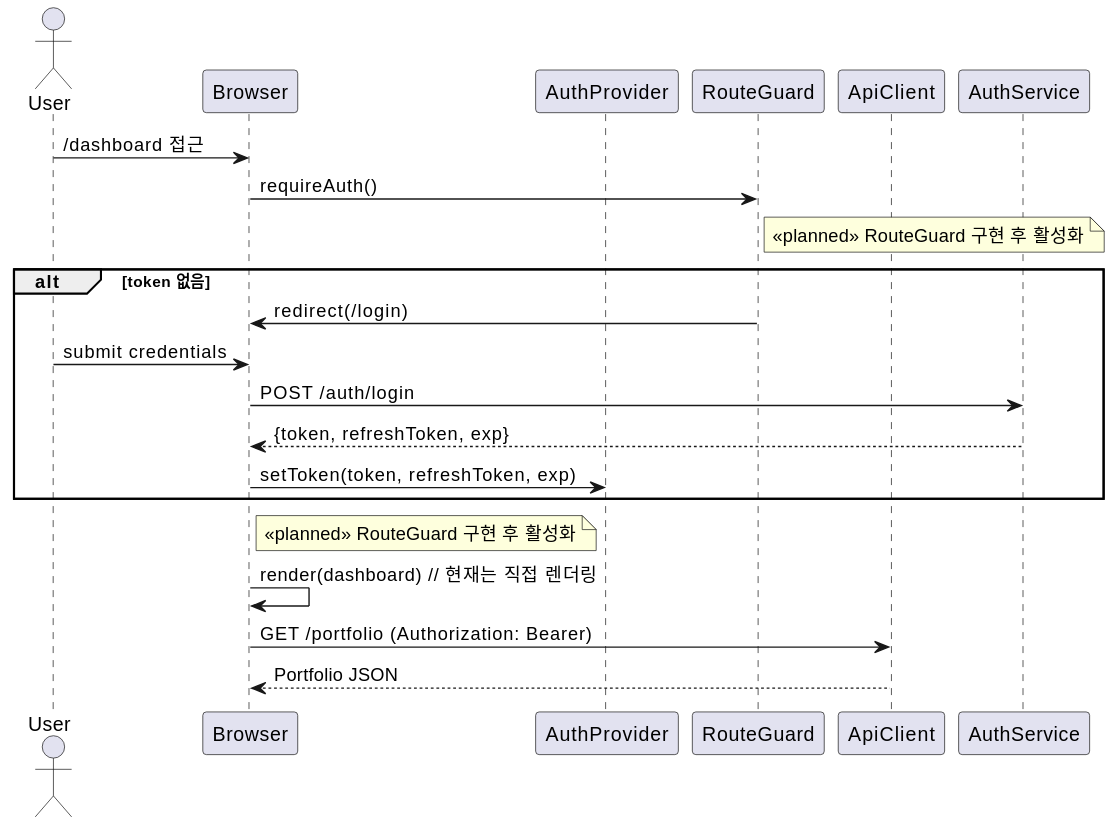
SKNETWORKS-FAMILY-AICAMP/SKN12-FINAL-2TEAM keeps this PlantUML diagram as docs/uml/login-sequence.svg. Above is the earlier version. The source it was exported from:
```plantuml
@startuml
actor User
participant Browser
participant AuthProvider as AP
participant RouteGuard as RG
participant ApiClient as API
participant AuthService as AS

User -> Browser: /dashboard 접근
Browser -> RG: requireAuth()
note right of RG: <<planned>> RouteGuard 구현 후 활성화
alt token 없음
  RG -> Browser: redirect(/login)
  User -> Browser: submit credentials
  Browser -> AS: POST /auth/login
  AS --> Browser: {token, refreshToken, exp}
  Browser -> AP: setToken(token, refreshToken, exp)
end
note right of Browser: <<planned>> RouteGuard 구현 후 활성화
Browser -> Browser: render(dashboard)  // 현재는 직접 렌더링
Browser -> API: GET /portfolio (Authorization: Bearer)
API --> Browser: Portfolio JSON
@enduml
```
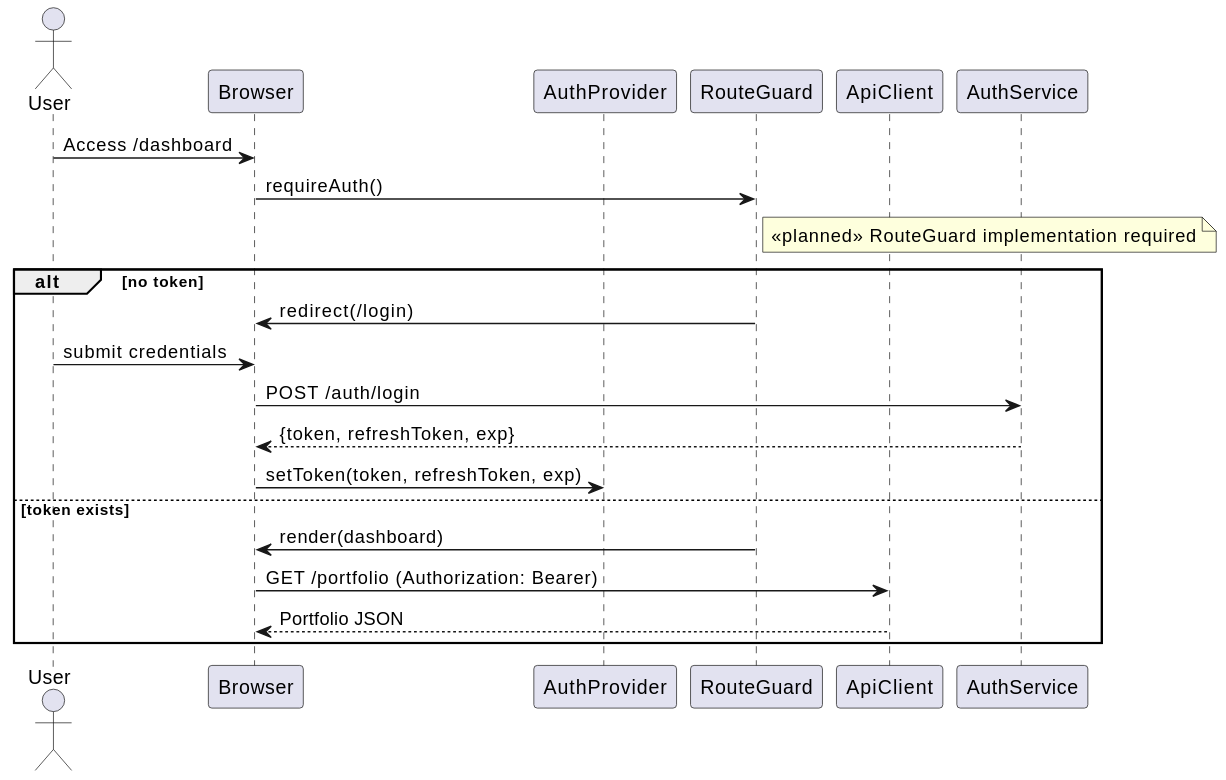
The same file after the commit.

What changed in the source:
```diff
@@ -6,18 +6,19 @@
 participant ApiClient as API
 participant AuthService as AS
 
-User -> Browser: /dashboard 접근
+User -> Browser: Access /dashboard
 Browser -> RG: requireAuth()
-note right of RG: <<planned>> RouteGuard 구현 후 활성화
-alt token 없음
+note right of RG: <<planned>> RouteGuard implementation required
+
+alt no token
   RG -> Browser: redirect(/login)
   User -> Browser: submit credentials
   Browser -> AS: POST /auth/login
   AS --> Browser: {token, refreshToken, exp}
   Browser -> AP: setToken(token, refreshToken, exp)
+else token exists
+  RG -> Browser: render(dashboard)
+  Browser -> API: GET /portfolio (Authorization: Bearer)
+  API --> Browser: Portfolio JSON
 end
-note right of Browser: <<planned>> RouteGuard 구현 후 활성화
-Browser -> Browser: render(dashboard)  // 현재는 직접 렌더링
-Browser -> API: GET /portfolio (Authorization: Bearer)
-API --> Browser: Portfolio JSON
 @enduml
```
